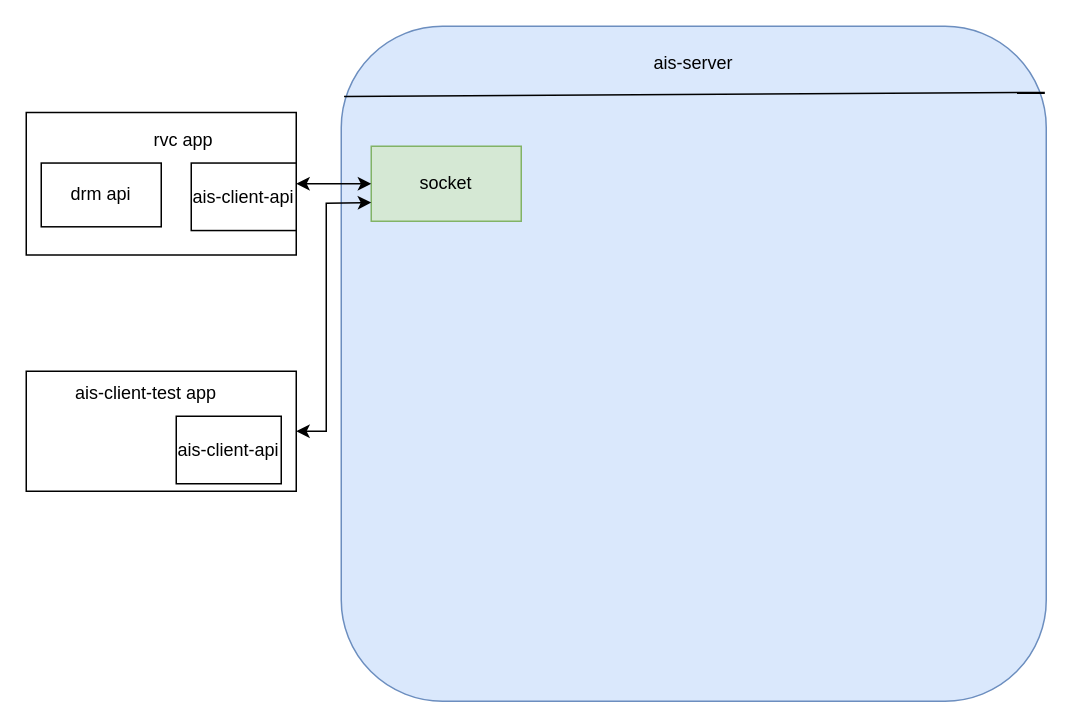
Before: asi架构图.drawio in long585/gitlearn, a draw.io diagram. Source tidied: cells renumbered, new cells numbered last; positions are measured from the earlier drawing's top-left corner, leaving out a move shared by most shapes. Both pictures are drawn from the tidied source at 150%, with x=0, y=0 at pixel (26, 26).
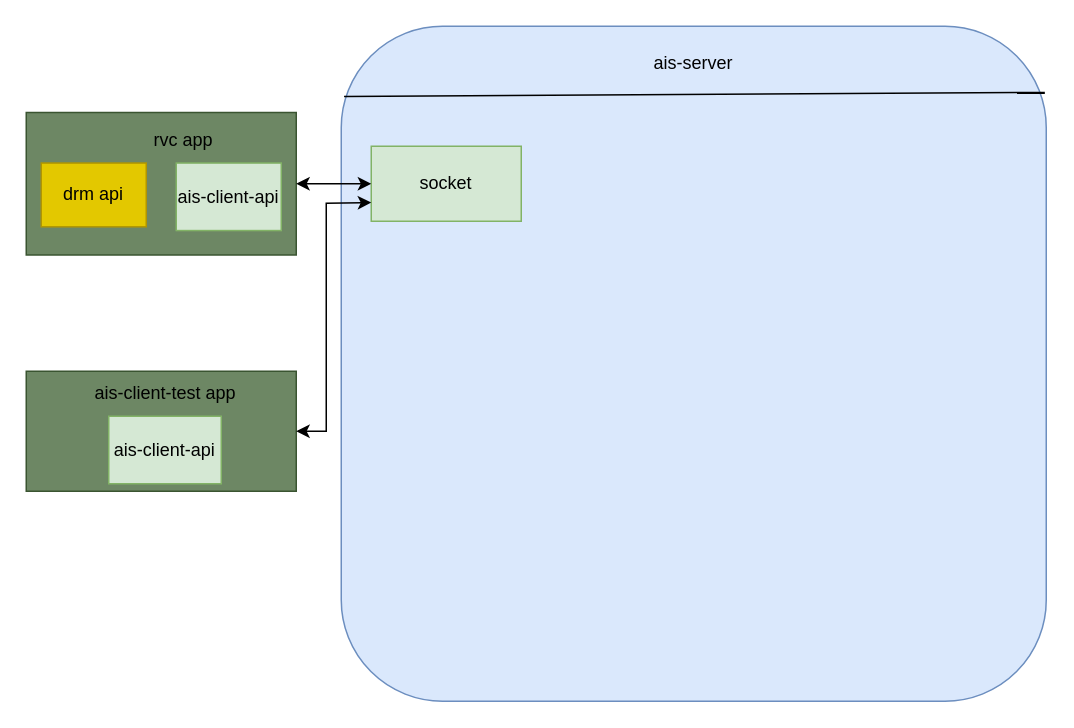
After the change.

Commit message (it also covers changes not shown here):
更新asi架构图.drawio

The edit, as a diff of the source:
```diff
@@
 <mxGraphModel>
   <root>
     <mxCell id="0" />
     <mxCell id="1" parent="0" />
     <mxCell id="2" style="rounded=1;whiteSpace=wrap;html=1;fillColor=#dae8fc;strokeColor=#6c8ebf;" parent="1" vertex="1">
       <mxGeometry x="210" width="470" height="450" as="geometry" />
     </mxCell>
     <mxCell id="3" style="endArrow=none;html=1;rounded=0;exitX=0.004;exitY=0.104;exitDx=0;exitDy=0;exitPerimeter=0;entryX=0.998;entryY=0.098;entryDx=0;entryDy=0;entryPerimeter=0;" parent="1" edge="1" source="2" target="2">
       <mxGeometry relative="1" as="geometry" />
     </mxCell>
     <mxCell id="4" value="ais-server" style="text;html=1;strokeColor=none;fillColor=none;align=center;verticalAlign=middle;whiteSpace=wrap;rounded=0;" parent="1" vertex="1">
       <mxGeometry x="415" y="10" width="60" height="30" as="geometry" />
     </mxCell>
     <mxCell id="5" value="socket" style="rounded=0;whiteSpace=wrap;html=1;fillColor=#d5e8d4;strokeColor=#82b366;" parent="1" vertex="1">
       <mxGeometry x="230" y="80" width="100" height="50" as="geometry" />
     </mxCell>
-    <mxCell id="6" style="rounded=0;whiteSpace=wrap;html=1;" parent="1" vertex="1">
+    <mxCell id="6" style="rounded=0;whiteSpace=wrap;html=1;fillColor=#6d8764;fontColor=#ffffff;strokeColor=#3A5431;" parent="1" vertex="1">
       <mxGeometry y="57.5" width="180" height="95" as="geometry" />
     </mxCell>
-    <mxCell id="7" value="ais-client-api" style="rounded=0;whiteSpace=wrap;html=1;" parent="1" vertex="1">
-      <mxGeometry x="110" y="91.2" width="70" height="45" as="geometry" />
+    <mxCell id="7" value="ais-client-api" style="rounded=0;whiteSpace=wrap;html=1;fillColor=#d5e8d4;strokeColor=#82b366;" parent="1" vertex="1">
+      <mxGeometry x="100" y="91.2" width="70" height="45" as="geometry" />
     </mxCell>
     <mxCell id="8" style="endArrow=classic;html=1;rounded=0;exitX=1;exitY=0.5;exitDx=0;exitDy=0;entryX=0;entryY=0.5;entryDx=0;entryDy=0;startArrow=classic;startFill=1;" parent="1" edge="1" source="6" target="5">
       <mxGeometry relative="1" as="geometry" />
     </mxCell>
-    <mxCell id="9" value="drm api" style="rounded=0;whiteSpace=wrap;html=1;" parent="1" vertex="1">
-      <mxGeometry x="10" y="91.2" width="80" height="42.5" as="geometry" />
+    <mxCell id="9" value="drm api" style="rounded=0;whiteSpace=wrap;html=1;fillColor=#e3c800;fontColor=#000000;strokeColor=#B09500;" parent="1" vertex="1">
+      <mxGeometry x="10" y="91.2" width="70" height="42.5" as="geometry" />
     </mxCell>
     <mxCell id="10" value="rvc app" style="text;html=1;strokeColor=none;fillColor=none;align=center;verticalAlign=middle;whiteSpace=wrap;rounded=0;" parent="1" vertex="1">
       <mxGeometry x="75" y="61.2" width="60" height="30" as="geometry" />
     </mxCell>
-    <mxCell id="11" style="rounded=0;whiteSpace=wrap;html=1;" parent="1" vertex="1">
+    <mxCell id="11" style="rounded=0;whiteSpace=wrap;html=1;fillColor=#6d8764;strokeColor=#3A5431;fontColor=#ffffff;" parent="1" vertex="1">
       <mxGeometry y="230" width="180" height="80" as="geometry" />
     </mxCell>
     <mxCell id="12" value="ais-client-test app" style="text;html=1;strokeColor=none;fillColor=none;align=center;verticalAlign=middle;whiteSpace=wrap;rounded=0;" parent="1" vertex="1">
-      <mxGeometry x="25" y="230" width="110" height="30" as="geometry" />
+      <mxGeometry x="37.5" y="230" width="110" height="30" as="geometry" />
     </mxCell>
-    <mxCell id="13" value="ais-client-api" style="rounded=0;whiteSpace=wrap;html=1;" parent="1" vertex="1">
-      <mxGeometry x="100" y="260" width="70" height="45" as="geometry" />
+    <mxCell id="13" value="ais-client-api" style="rounded=0;whiteSpace=wrap;html=1;fillColor=#d5e8d4;strokeColor=#82b366;" parent="1" vertex="1">
+      <mxGeometry x="55" y="260" width="75" height="45" as="geometry" />
     </mxCell>
     <mxCell id="14" style="endArrow=classic;startArrow=classic;html=1;rounded=0;entryX=0;entryY=0.75;entryDx=0;entryDy=0;exitX=1;exitY=0.5;exitDx=0;exitDy=0;" parent="1" edge="1" source="11" target="5">
       <mxGeometry relative="1" as="geometry">
         <Array as="points">
           <mxPoint x="200" y="270" />
           <mxPoint x="200" y="118" />
         </Array>
       </mxGeometry>
     </mxCell>
   </root>
 </mxGraphModel>
```
